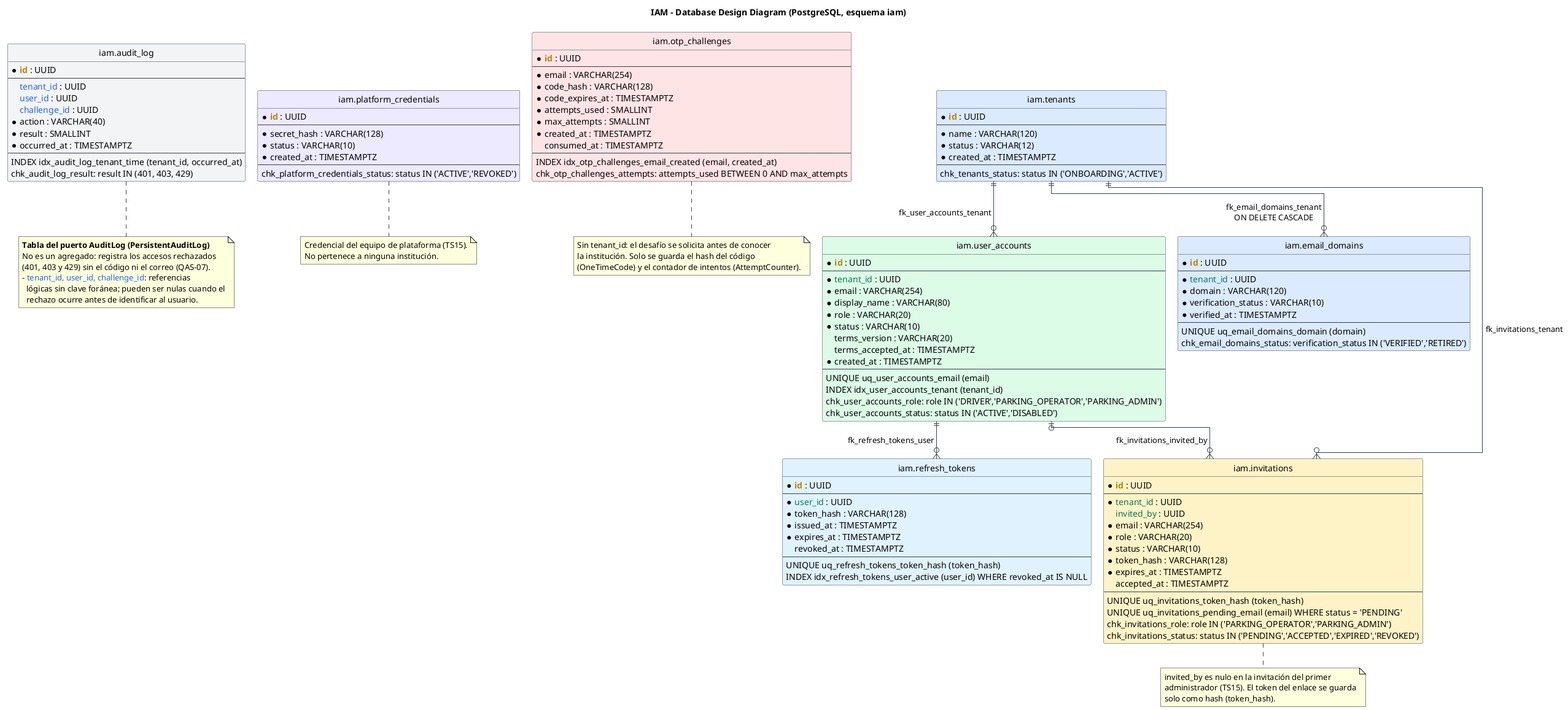
The PlantUML diagram assets/capitulo-05/iam/iam_bd.png in 1ASI0728-2620-9056-Quadrapp/quadrapp-project-report, before a commit.
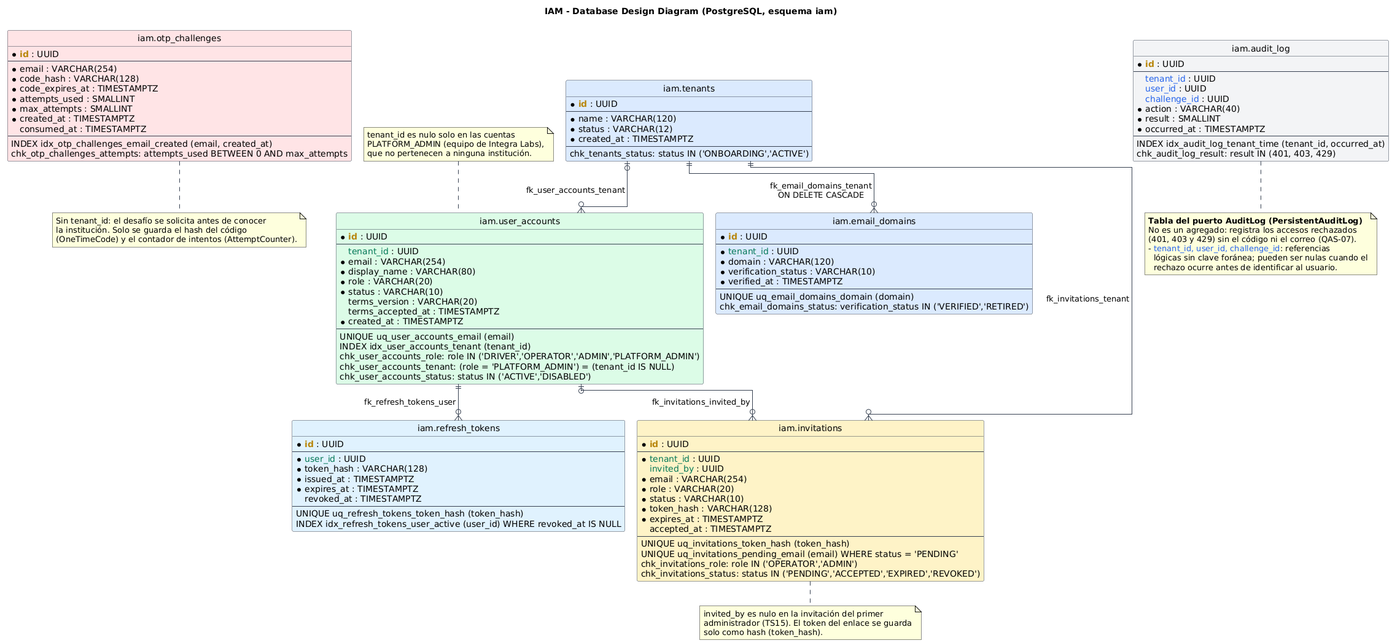
The same diagram one commit later.

What changed in the source:
```diff
@@ -19,62 +19,18 @@
 !define FK(x) <color:#047857>x</color>
 !define REF(x) <color:#2563EB>x</color>
 
-entity "iam.tenants" as tenants #DBEAFE {
+entity "iam.audit_log" as audit_log #F3F4F6 {
   * PK(id) : UUID
   --
-  * name : VARCHAR(120)
-  * status : VARCHAR(12)
-  * created_at : TIMESTAMPTZ
+  REF(tenant_id) : UUID
+  REF(user_id) : UUID
+  REF(challenge_id) : UUID
+  * action : VARCHAR(40)
+  * result : SMALLINT
+  * occurred_at : TIMESTAMPTZ
   --
-  chk_tenants_status: status IN ('ONBOARDING','ACTIVE')
-}
-
-entity "iam.email_domains" as email_domains #DBEAFE {
-  * PK(id) : UUID
-  --
-  * FK(tenant_id) : UUID
-  * domain : VARCHAR(120)
-  * verification_status : VARCHAR(10)
-  * verified_at : TIMESTAMPTZ
-  --
-  UNIQUE uq_email_domains_domain (domain)
-  chk_email_domains_status: verification_status IN ('VERIFIED','RETIRED')
-}
-
-entity "iam.user_accounts" as user_accounts #DCFCE7 {
-  * PK(id) : UUID
-  --
-  * FK(tenant_id) : UUID
-  * email : VARCHAR(254)
-  * display_name : VARCHAR(80)
-  * role : VARCHAR(20)
-  * status : VARCHAR(10)
-  terms_version : VARCHAR(20)
-  terms_accepted_at : TIMESTAMPTZ
-  * created_at : TIMESTAMPTZ
-  --
-  UNIQUE uq_user_accounts_email (email)
-  INDEX idx_user_accounts_tenant (tenant_id)
-  chk_user_accounts_role: role IN ('DRIVER','PARKING_OPERATOR','PARKING_ADMIN')
-  chk_user_accounts_status: status IN ('ACTIVE','DISABLED')
-}
-
-entity "iam.invitations" as invitations #FEF3C7 {
-  * PK(id) : UUID
-  --
-  * FK(tenant_id) : UUID
-  FK(invited_by) : UUID
-  * email : VARCHAR(254)
-  * role : VARCHAR(20)
-  * status : VARCHAR(10)
-  * token_hash : VARCHAR(128)
-  * expires_at : TIMESTAMPTZ
-  accepted_at : TIMESTAMPTZ
-  --
-  UNIQUE uq_invitations_token_hash (token_hash)
-  UNIQUE uq_invitations_pending_email (email) WHERE status = 'PENDING'
-  chk_invitations_role: role IN ('PARKING_OPERATOR','PARKING_ADMIN')
-  chk_invitations_status: status IN ('PENDING','ACCEPTED','EXPIRED','REVOKED')
+  INDEX idx_audit_log_tenant_time (tenant_id, occurred_at)
+  chk_audit_log_result: result IN (401, 403, 429)
 }
 
 entity "iam.otp_challenges" as otp_challenges #FFE4E6 {
@@ -92,6 +48,47 @@
   chk_otp_challenges_attempts: attempts_used BETWEEN 0 AND max_attempts
 }
 
+entity "iam.tenants" as tenants #DBEAFE {
+  * PK(id) : UUID
+  --
+  * name : VARCHAR(120)
+  * status : VARCHAR(12)
+  * created_at : TIMESTAMPTZ
+  --
+  chk_tenants_status: status IN ('ONBOARDING','ACTIVE')
+}
+
+entity "iam.user_accounts" as user_accounts #DCFCE7 {
+  * PK(id) : UUID
+  --
+  FK(tenant_id) : UUID
+  * email : VARCHAR(254)
+  * display_name : VARCHAR(80)
+  * role : VARCHAR(20)
+  * status : VARCHAR(10)
+  terms_version : VARCHAR(20)
+  terms_accepted_at : TIMESTAMPTZ
+  * created_at : TIMESTAMPTZ
+  --
+  UNIQUE uq_user_accounts_email (email)
+  INDEX idx_user_accounts_tenant (tenant_id)
+  chk_user_accounts_role: role IN ('DRIVER','OPERATOR','ADMIN','PLATFORM_ADMIN')
+  chk_user_accounts_tenant: (role = 'PLATFORM_ADMIN') = (tenant_id IS NULL)
+  chk_user_accounts_status: status IN ('ACTIVE','DISABLED')
+}
+
+entity "iam.email_domains" as email_domains #DBEAFE {
+  * PK(id) : UUID
+  --
+  * FK(tenant_id) : UUID
+  * domain : VARCHAR(120)
+  * verification_status : VARCHAR(10)
+  * verified_at : TIMESTAMPTZ
+  --
+  UNIQUE uq_email_domains_domain (domain)
+  chk_email_domains_status: verification_status IN ('VERIFIED','RETIRED')
+}
+
 entity "iam.refresh_tokens" as refresh_tokens #E0F2FE {
   * PK(id) : UUID
   --
@@ -105,37 +102,31 @@
   INDEX idx_refresh_tokens_user_active (user_id) WHERE revoked_at IS NULL
 }
 
-entity "iam.platform_credentials" as platform_credentials #EDE9FE {
+entity "iam.invitations" as invitations #FEF3C7 {
   * PK(id) : UUID
   --
-  * secret_hash : VARCHAR(128)
+  * FK(tenant_id) : UUID
+  FK(invited_by) : UUID
+  * email : VARCHAR(254)
+  * role : VARCHAR(20)
   * status : VARCHAR(10)
-  * created_at : TIMESTAMPTZ
+  * token_hash : VARCHAR(128)
+  * expires_at : TIMESTAMPTZ
+  accepted_at : TIMESTAMPTZ
   --
-  chk_platform_credentials_status: status IN ('ACTIVE','REVOKED')
+  UNIQUE uq_invitations_token_hash (token_hash)
+  UNIQUE uq_invitations_pending_email (email) WHERE status = 'PENDING'
+  chk_invitations_role: role IN ('OPERATOR','ADMIN')
+  chk_invitations_status: status IN ('PENDING','ACCEPTED','EXPIRED','REVOKED')
 }
 
-entity "iam.audit_log" as audit_log #F3F4F6 {
-  * PK(id) : UUID
-  --
-  REF(tenant_id) : UUID
-  REF(user_id) : UUID
-  REF(challenge_id) : UUID
-  * action : VARCHAR(40)
-  * result : SMALLINT
-  * occurred_at : TIMESTAMPTZ
-  --
-  INDEX idx_audit_log_tenant_time (tenant_id, occurred_at)
-  chk_audit_log_result: result IN (401, 403, 429)
-}
+tenants |o--o{ user_accounts : "fk_user_accounts_tenant"
+tenants ||--o{ email_domains : "fk_email_domains_tenant\nON DELETE CASCADE"
+tenants ||--o{ invitations : "fk_invitations_tenant"
+user_accounts ||--o{ refresh_tokens : "fk_refresh_tokens_user"
+user_accounts |o--o{ invitations : "fk_invitations_invited_by"
 
-tenants ||--o{ email_domains : "fk_email_domains_tenant\nON DELETE CASCADE"
-tenants ||--o{ user_accounts : "fk_user_accounts_tenant"
-tenants ||--o{ invitations : "fk_invitations_tenant"
-user_accounts |o--o{ invitations : "fk_invitations_invited_by"
-user_accounts ||--o{ refresh_tokens : "fk_refresh_tokens_user"
-
-note right of audit_log
+note bottom of audit_log
   <b>Tabla del puerto AuditLog (PersistentAuditLog)</b>
   No es un agregado: registra los accesos rechazados
   (401, 403 y 429) sin el código ni el correo (QAS-07).
@@ -150,9 +141,10 @@
   (OneTimeCode) y el contador de intentos (AttemptCounter).
 end note
 
-note bottom of platform_credentials
-  Credencial del equipo de plataforma (TS15).
-  No pertenece a ninguna institución.
+note left of user_accounts
+  tenant_id es nulo solo en las cuentas
+  PLATFORM_ADMIN (equipo de Integra Labs),
+  que no pertenecen a ninguna institución.
 end note
 
 note bottom of invitations
```
